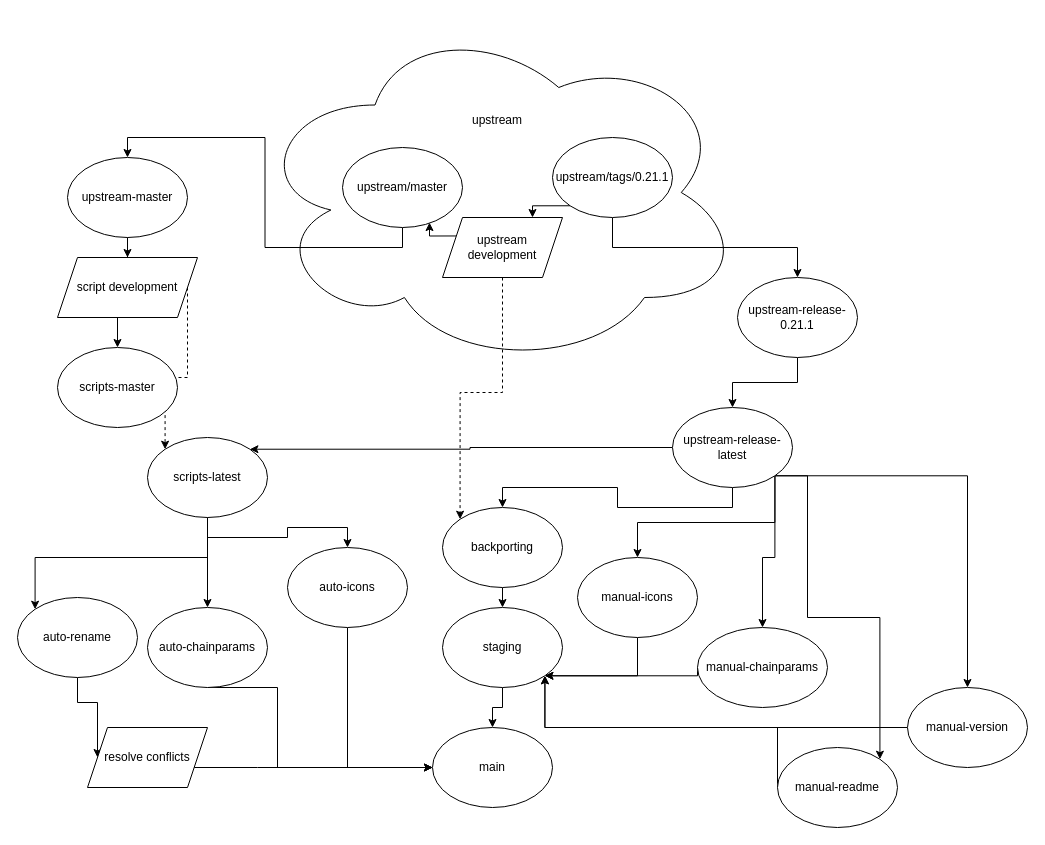
Above: doc/branching.drawio in wbubblerteam/bubcoin (draw.io), before the change. Source tidied: cells renumbered, new cells numbered last; positions are measured from the earlier drawing's top-left corner, leaving out a move shared by most shapes. Both pictures are drawn from the tidied source at 100%, with x=0, y=0 at pixel (17, 17).
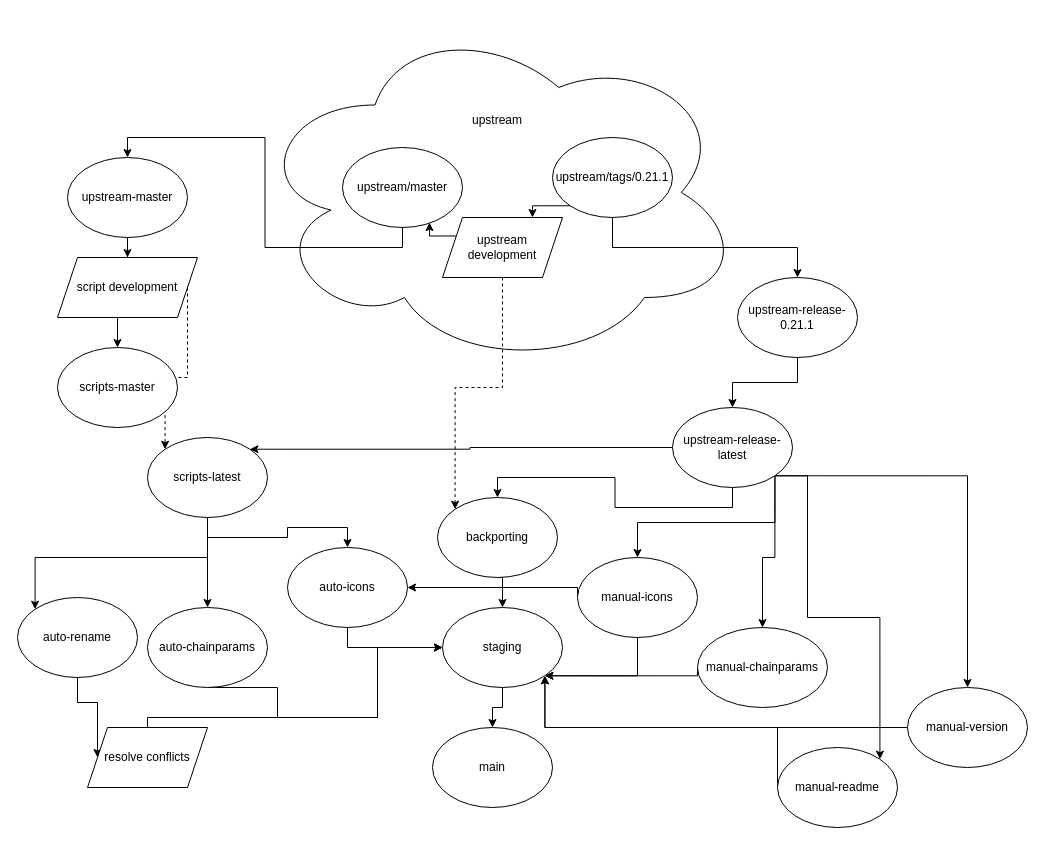
The same diagram, later.

Commit message (it also covers changes not shown here):
Update branching diagram

Unchanged cells that the change refers to:
```xml
<mxCell id="33" value="staging" style="ellipse;whiteSpace=wrap;html=1;" parent="1" vertex="1">
  <mxGeometry x="425" y="590" width="120" height="80" as="geometry" />
</mxCell>
<mxCell id="34" value="main" style="ellipse;whiteSpace=wrap;html=1;" parent="1" vertex="1">
  <mxGeometry x="415" y="710" width="120" height="80" as="geometry" />
</mxCell>
<mxCell id="36" value="auto-chainparams" style="ellipse;whiteSpace=wrap;html=1;" parent="1" vertex="1">
  <mxGeometry x="130" y="590" width="120" height="80" as="geometry" />
</mxCell>
<mxCell id="38" value="auto-icons" style="ellipse;whiteSpace=wrap;html=1;" parent="1" vertex="1">
  <mxGeometry x="270" y="530" width="120" height="80" as="geometry" />
</mxCell>
<mxCell id="42" value="resolve conflicts" style="shape=parallelogram;perimeter=parallelogramPerimeter;whiteSpace=wrap;html=1;fixedSize=1;" parent="1" vertex="1">
  <mxGeometry x="70" y="710" width="120" height="60" as="geometry" />
</mxCell>
<mxCell id="48" value="manual-icons" style="ellipse;whiteSpace=wrap;html=1;" parent="1" vertex="1">
  <mxGeometry x="560" y="540" width="120" height="80" as="geometry" />
</mxCell>
```

Diff of the diagram source:
```diff
@@
     <mxCell id="31" value="backporting" style="ellipse;whiteSpace=wrap;html=1;" parent="1" vertex="1">
-      <mxGeometry x="425" y="490" width="120" height="80" as="geometry" />
+      <mxGeometry x="420" y="480" width="120" height="80" as="geometry" />
     </mxCell>
@@
-    <mxCell id="35" style="edgeStyle=orthogonalEdgeStyle;rounded=0;jettySize=auto;html=1;exitX=0.5;exitY=1;exitDx=0;exitDy=0;entryX=0;entryY=0.5;entryDx=0;entryDy=0;" parent="1" edge="1" source="36" target="34">
+    <mxCell id="35" style="edgeStyle=orthogonalEdgeStyle;rounded=0;jettySize=auto;html=1;exitX=0.5;exitY=1;exitDx=0;exitDy=0;entryX=0;entryY=0.5;entryDx=0;entryDy=0;" parent="1" edge="1" source="36" target="33">
       <mxGeometry relative="1" as="geometry">
         <Array as="points">
           <mxPoint x="260" y="670" />
-          <mxPoint x="260" y="750" />
+          <mxPoint x="260" y="700" />
+          <mxPoint x="360" y="700" />
+          <mxPoint x="360" y="630" />
         </Array>
       </mxGeometry>
     </mxCell>
@@
-    <mxCell id="37" style="edgeStyle=orthogonalEdgeStyle;rounded=0;jettySize=auto;html=1;exitX=0.5;exitY=1;exitDx=0;exitDy=0;entryX=0;entryY=0.5;entryDx=0;entryDy=0;" parent="1" edge="1" source="38" target="34">
+    <mxCell id="37" style="edgeStyle=orthogonalEdgeStyle;rounded=0;jettySize=auto;html=1;exitX=0.5;exitY=1;exitDx=0;exitDy=0;entryX=0;entryY=0.5;entryDx=0;entryDy=0;" parent="1" edge="1" source="38" target="33">
       <mxGeometry relative="1" as="geometry" />
     </mxCell>
@@
-    <mxCell id="41" style="edgeStyle=orthogonalEdgeStyle;rounded=0;jettySize=auto;html=1;entryX=0;entryY=0.5;entryDx=0;entryDy=0;" parent="1" edge="1" source="42" target="34">
+    <mxCell id="41" style="edgeStyle=orthogonalEdgeStyle;rounded=0;jettySize=auto;html=1;entryX=0;entryY=0.5;entryDx=0;entryDy=0;" parent="1" edge="1" source="42" target="33">
       <mxGeometry relative="1" as="geometry">
         <Array as="points">
-          <mxPoint x="240" y="750" />
-          <mxPoint x="240" y="750" />
+          <mxPoint x="130" y="700" />
+          <mxPoint x="360" y="700" />
+          <mxPoint x="360" y="630" />
         </Array>
       </mxGeometry>
     </mxCell>
@@
+    <mxCell id="51" style="edgeStyle=orthogonalEdgeStyle;rounded=0;jettySize=auto;html=1;exitX=0;exitY=0.5;exitDx=0;exitDy=0;entryX=1;entryY=0.5;entryDx=0;entryDy=0;" parent="1" edge="1" source="48" target="38">
+      <mxGeometry relative="1" as="geometry">
+        <Array as="points">
+          <mxPoint x="560" y="570" />
+        </Array>
+      </mxGeometry>
+    </mxCell>
```
